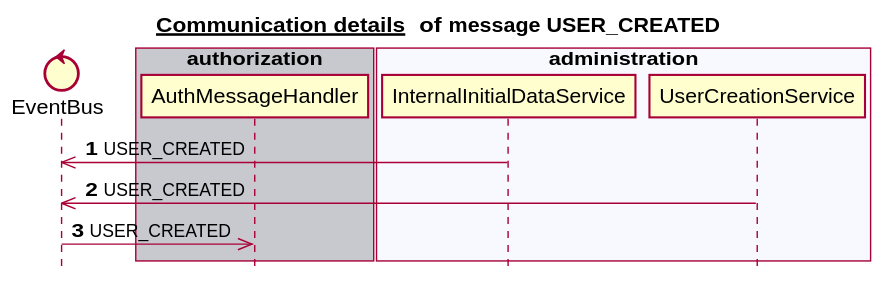
Above: docs/latest/images/gen_domain_messaging_user_created.svg in mercedes-benz/sechub (PlantUML), before the change.
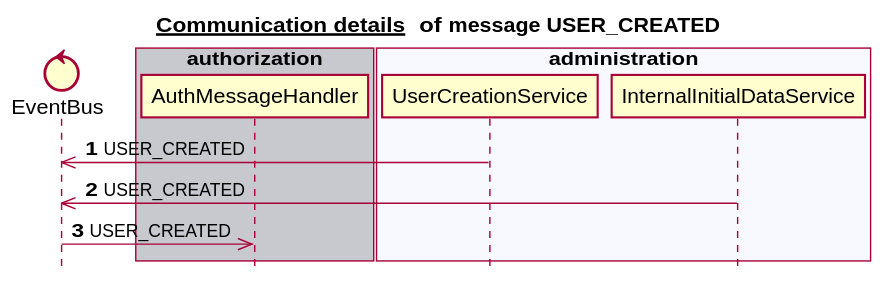
The same diagram one commit later.

Change to the diagram source:
```diff
@@ -14,14 +14,14 @@
    participant AuthMessageHandler
 end box
 box "administration" #F8F8FF
+   participant UserCreationService
    participant InternalInitialDataService
-   participant UserCreationService
 end box
 box "notification" #C8C8CF
 end box
 autonumber 1
+UserCreationService ->> EventBus:USER_CREATED
 InternalInitialDataService ->> EventBus:USER_CREATED
-UserCreationService ->> EventBus:USER_CREATED
 EventBus ->> AuthMessageHandler:USER_CREATED
 autonumber stop
 
```
